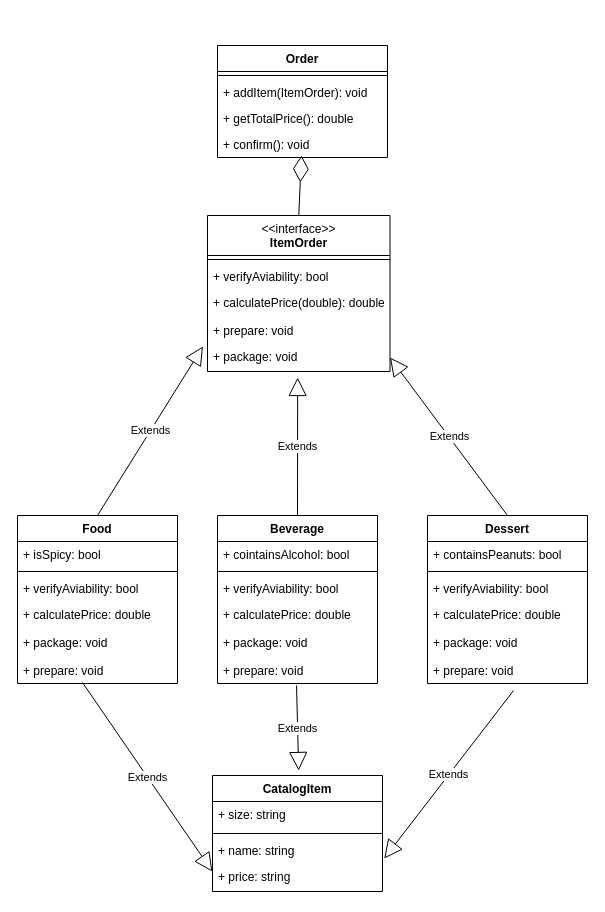
Above: Problema_3_Restaurantes/DiagramaClases_Restaurante.drawio in darnack/patronesdedisenio (draw.io), before the change. Source tidied: cells renumbered, new cells numbered last; positions are measured from the earlier drawing's top-left corner, leaving out a move shared by most shapes. Both pictures are drawn from the tidied source at 100%, with x=0, y=0 at pixel (17, 45).
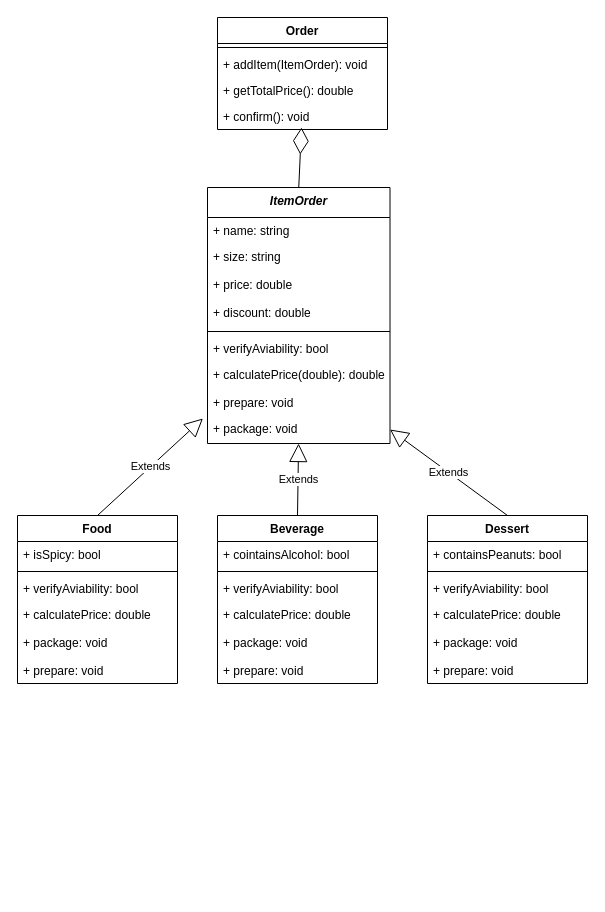
The same diagram, later.

The change refers to these unchanged cells:
```xml
<mxCell id="8" value="+ prepare: void" style="text;strokeColor=none;fillColor=none;align=left;verticalAlign=top;spacingLeft=4;spacingRight=4;overflow=hidden;points=[[0,0.5],[1,0.5]];portConstraint=eastwest;whiteSpace=wrap;html=1;" parent="2" vertex="1">
  <mxGeometry y="142" width="160" height="26" as="geometry" />
</mxCell>
<mxCell id="14" value="Beverage" style="swimlane;fontStyle=1;align=center;verticalAlign=top;horizontal=1;startSize=26;whiteSpace=wrap;html=1;" parent="1" vertex="1">
  <mxGeometry x="200" y="470" width="160" height="168" as="geometry" />
</mxCell>
<mxCell id="20" value="+ prepare: void" style="text;strokeColor=none;fillColor=none;align=left;verticalAlign=top;spacingLeft=4;spacingRight=4;overflow=hidden;points=[[0,0.5],[1,0.5]];portConstraint=eastwest;whiteSpace=wrap;html=1;" parent="14" vertex="1">
  <mxGeometry y="142" width="160" height="26" as="geometry" />
</mxCell>
<mxCell id="27" value="+ prepare: void" style="text;strokeColor=none;fillColor=none;align=left;verticalAlign=top;spacingLeft=4;spacingRight=4;overflow=hidden;points=[[0,0.5],[1,0.5]];portConstraint=eastwest;whiteSpace=wrap;html=1;" parent="21" vertex="1">
  <mxGeometry y="142" width="160" height="26" as="geometry" />
</mxCell>
```

The edit, as a diff of the source:
```diff
@@
     <mxCell id="9" value="Order" style="swimlane;fontStyle=1;align=center;verticalAlign=top;horizontal=1;startSize=26;whiteSpace=wrap;html=1;" parent="1" vertex="1">
-      <mxGeometry x="200" width="170" height="112" as="geometry" />
+      <mxGeometry x="200" y="-28" width="170" height="112" as="geometry" />
     </mxCell>
@@
-    <mxCell id="29" value="Extends" style="endArrow=block;endSize=16;endFill=0;html=1;rounded=0;entryX=0.494;entryY=1.214;entryDx=0;entryDy=0;entryPerimeter=0;exitX=0.5;exitY=0;exitDx=0;exitDy=0;" parent="1" edge="1" source="14" target="36">
+    <mxCell id="29" value="Extends" style="endArrow=block;endSize=16;endFill=0;html=1;rounded=0;entryX=0.499;entryY=1;entryDx=0;entryDy=0;entryPerimeter=0;exitX=0.5;exitY=0;exitDx=0;exitDy=0;" parent="1" edge="1" source="14" target="36">
       <mxGeometry relative="1" as="geometry" />
     </mxCell>
@@
-    <mxCell id="31" value="&lt;div&gt;&lt;span style=&quot;font-weight: normal;&quot;&gt;&amp;lt;&amp;lt;interface&amp;gt;&amp;gt;&lt;/span&gt;&lt;/div&gt;ItemOrder" style="swimlane;fontStyle=1;align=center;verticalAlign=top;horizontal=1;startSize=40;whiteSpace=wrap;html=1;" parent="1" vertex="1">
-      <mxGeometry x="190" y="170" width="182.5" height="156" as="geometry" />
+    <mxCell id="31" value="&lt;div&gt;&lt;span style=&quot;background-color: initial;&quot;&gt;&lt;i&gt;ItemOrder&lt;/i&gt;&lt;/span&gt;&lt;br&gt;&lt;/div&gt;" style="swimlane;fontStyle=1;align=center;verticalAlign=top;horizontal=1;startSize=30;whiteSpace=wrap;html=1;" parent="1" vertex="1">
+      <mxGeometry x="190" y="142" width="182.5" height="256" as="geometry" />
     </mxCell>
+    <mxCell id="41" value="+ name: string" style="text;strokeColor=none;fillColor=none;align=left;verticalAlign=top;spacingLeft=4;spacingRight=4;overflow=hidden;points=[[0,0.5],[1,0.5]];portConstraint=eastwest;whiteSpace=wrap;html=1;" parent="31" vertex="1">
+      <mxGeometry y="30" width="182.5" height="26" as="geometry" />
+    </mxCell>
+    <mxCell id="39" value="+ size: string&lt;div&gt;&lt;br&gt;&lt;/div&gt;" style="text;strokeColor=none;fillColor=none;align=left;verticalAlign=top;spacingLeft=4;spacingRight=4;overflow=hidden;whiteSpace=wrap;html=1;" parent="31" vertex="1">
+      <mxGeometry y="56" width="182.5" height="28" as="geometry" />
+    </mxCell>
+    <mxCell id="42" value="+ price: double&lt;div&gt;&lt;br&gt;&lt;/div&gt;" style="text;strokeColor=none;fillColor=none;align=left;verticalAlign=top;spacingLeft=4;spacingRight=4;overflow=hidden;points=[[0,0.5],[1,0.5]];portConstraint=eastwest;whiteSpace=wrap;html=1;" parent="31" vertex="1">
+      <mxGeometry y="84" width="182.5" height="28" as="geometry" />
+    </mxCell>
+    <mxCell id="46" value="+ discount: double&lt;div&gt;&lt;br&gt;&lt;/div&gt;" style="text;strokeColor=none;fillColor=none;align=left;verticalAlign=top;spacingLeft=4;spacingRight=4;overflow=hidden;whiteSpace=wrap;html=1;" parent="31" vertex="1">
+      <mxGeometry y="112" width="182.5" height="28" as="geometry" />
+    </mxCell>
     <mxCell id="32" style="line;strokeWidth=1;fillColor=none;align=left;verticalAlign=middle;spacingTop=-1;spacingLeft=3;spacingRight=3;labelPosition=right;strokeColor=inherit;" parent="31" vertex="1">
-      <mxGeometry y="40" width="182.5" height="8" as="geometry" />
+      <mxGeometry y="140" width="182.5" height="8" as="geometry" />
     </mxCell>
     <mxCell id="33" value="+ verifyAviability: bool" style="text;strokeColor=none;fillColor=none;align=left;verticalAlign=top;spacingLeft=4;spacingRight=4;overflow=hidden;whiteSpace=wrap;html=1;" parent="31" vertex="1">
-      <mxGeometry y="48" width="182.5" height="26" as="geometry" />
+      <mxGeometry y="148" width="182.5" height="26" as="geometry" />
     </mxCell>
     <mxCell id="34" value="+ calculatePrice(double): double&lt;div&gt;&lt;br&gt;&lt;/div&gt;" style="text;strokeColor=none;fillColor=none;align=left;verticalAlign=top;spacingLeft=4;spacingRight=4;overflow=hidden;whiteSpace=wrap;html=1;" parent="31" vertex="1">
-      <mxGeometry y="74" width="182.5" height="28" as="geometry" />
+      <mxGeometry y="174" width="182.5" height="28" as="geometry" />
     </mxCell>
     <mxCell id="35" value="+ prepare: void" style="text;strokeColor=none;fillColor=none;align=left;verticalAlign=top;spacingLeft=4;spacingRight=4;overflow=hidden;whiteSpace=wrap;html=1;" parent="31" vertex="1">
-      <mxGeometry y="102" width="182.5" height="26" as="geometry" />
+      <mxGeometry y="202" width="182.5" height="26" as="geometry" />
     </mxCell>
     <mxCell id="36" value="+ package: void&lt;div&gt;&lt;br&gt;&lt;/div&gt;" style="text;strokeColor=none;fillColor=none;align=left;verticalAlign=top;spacingLeft=4;spacingRight=4;overflow=hidden;points=[[0,0.5],[1,0.5]];portConstraint=eastwest;whiteSpace=wrap;html=1;" parent="31" vertex="1">
-      <mxGeometry y="128" width="182.5" height="28" as="geometry" />
+      <mxGeometry y="228" width="182.5" height="28" as="geometry" />
     </mxCell>
@@
-    <mxCell id="38" value="CatalogItem" style="swimlane;fontStyle=1;align=center;verticalAlign=top;horizontal=1;startSize=26;whiteSpace=wrap;html=1;" parent="1" vertex="1">
-      <mxGeometry x="195" y="730" width="170" height="116" as="geometry" />
-    </mxCell>
-    <mxCell id="39" value="+ size: string&lt;div&gt;&lt;br&gt;&lt;/div&gt;" style="text;strokeColor=none;fillColor=none;align=left;verticalAlign=top;spacingLeft=4;spacingRight=4;overflow=hidden;whiteSpace=wrap;html=1;" parent="38" vertex="1">
-      <mxGeometry y="26" width="170" height="28" as="geometry" />
-    </mxCell>
-    <mxCell id="40" style="line;strokeWidth=1;fillColor=none;align=left;verticalAlign=middle;spacingTop=-1;spacingLeft=3;spacingRight=3;labelPosition=right;strokeColor=inherit;" parent="38" vertex="1">
-      <mxGeometry y="54" width="170" height="8" as="geometry" />
-    </mxCell>
-    <mxCell id="41" value="+ name: string" style="text;strokeColor=none;fillColor=none;align=left;verticalAlign=top;spacingLeft=4;spacingRight=4;overflow=hidden;points=[[0,0.5],[1,0.5]];portConstraint=eastwest;whiteSpace=wrap;html=1;" parent="38" vertex="1">
-      <mxGeometry y="62" width="170" height="26" as="geometry" />
-    </mxCell>
-    <mxCell id="42" value="+ price: string&lt;div&gt;&lt;br&gt;&lt;/div&gt;" style="text;strokeColor=none;fillColor=none;align=left;verticalAlign=top;spacingLeft=4;spacingRight=4;overflow=hidden;points=[[0,0.5],[1,0.5]];portConstraint=eastwest;whiteSpace=wrap;html=1;" parent="38" vertex="1">
-      <mxGeometry y="88" width="170" height="28" as="geometry" />
-    </mxCell>
-    <mxCell id="43" value="Extends" style="endArrow=block;endSize=16;endFill=0;html=1;rounded=0;entryX=-0.001;entryY=0.286;entryDx=0;entryDy=0;exitX=0.406;exitY=0.962;exitDx=0;exitDy=0;entryPerimeter=0;exitPerimeter=0;" parent="1" edge="1" source="8" target="42">
-      <mxGeometry relative="1" as="geometry" />
-    </mxCell>
-    <mxCell id="44" value="Extends" style="endArrow=block;endSize=16;endFill=0;html=1;rounded=0;entryX=0.5;entryY=0;entryDx=0;entryDy=0;entryPerimeter=0;exitX=0.494;exitY=1.077;exitDx=0;exitDy=0;exitPerimeter=0;" parent="1" edge="1" source="20">
-      <mxGeometry relative="1" as="geometry">
-        <mxPoint x="281.2" y="725" as="targetPoint" />
-      </mxGeometry>
-    </mxCell>
-    <mxCell id="45" value="Extends" style="endArrow=block;endSize=16;endFill=0;html=1;rounded=0;entryX=1.01;entryY=0.808;entryDx=0;entryDy=0;exitX=0.538;exitY=1.269;exitDx=0;exitDy=0;exitPerimeter=0;entryPerimeter=0;" parent="1" edge="1" source="27" target="41">
-      <mxGeometry relative="1" as="geometry" />
-    </mxCell>
```
